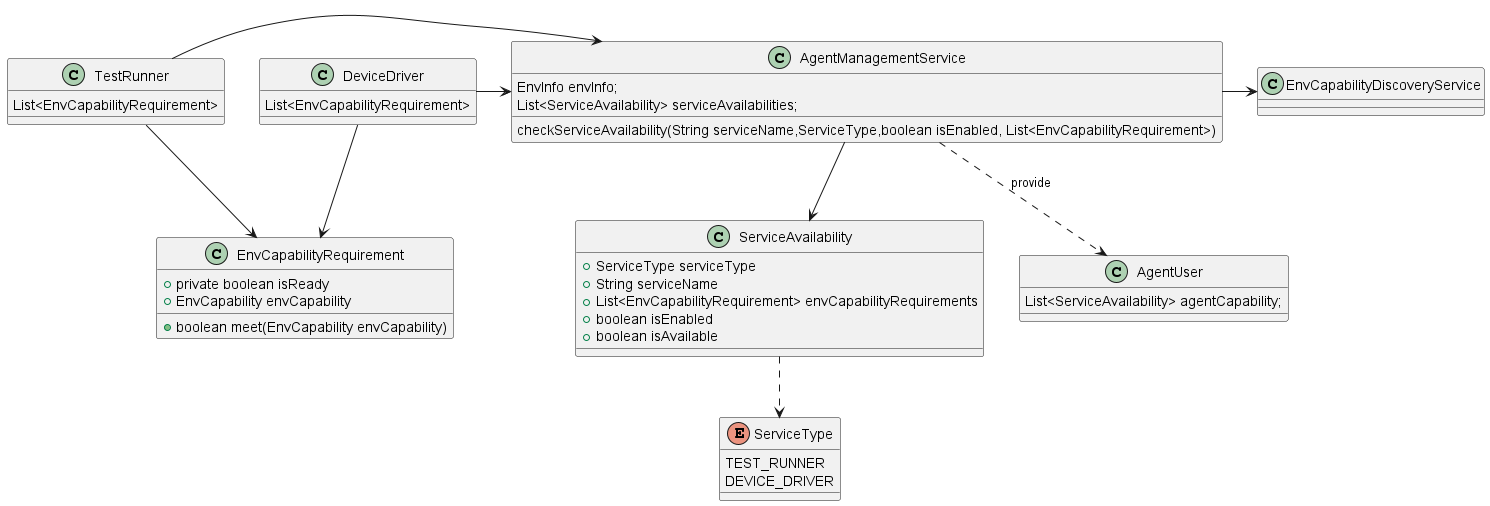
microsoft/HydraLab keeps this PlantUML diagram as docs/images/UML/agent_capability_design.png. Above is the earlier version.
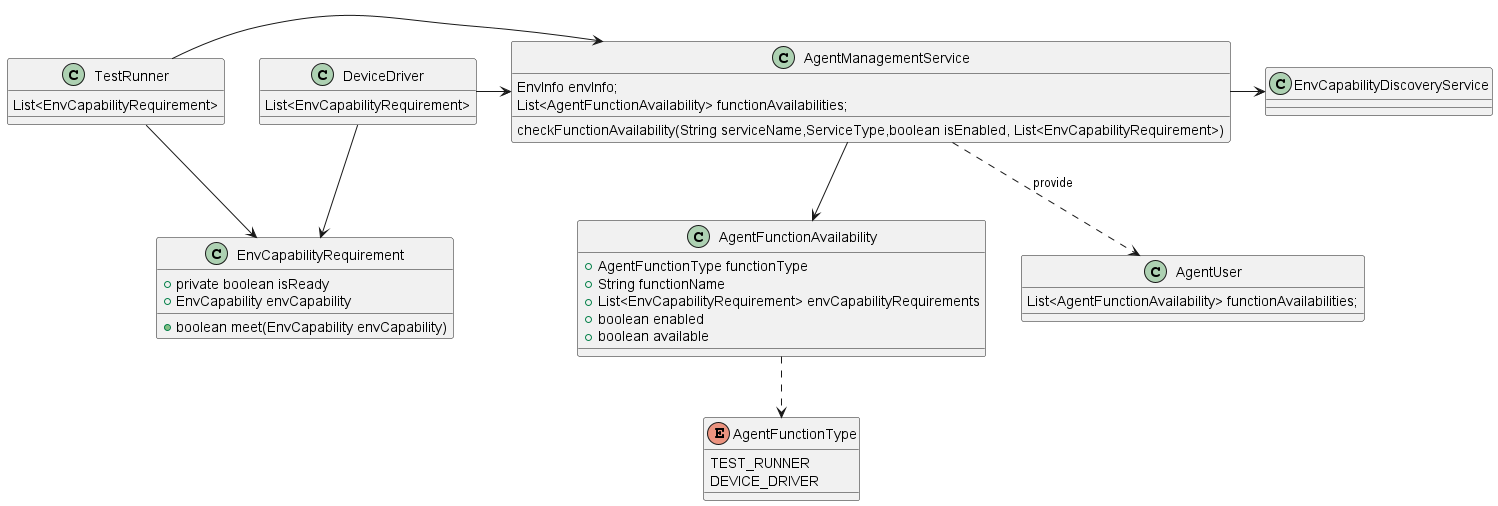
Later version of the same file.

The edit, as a diff of the source:
```diff
@@ -2,8 +2,8 @@
 
 class AgentManagementService {
     EnvInfo envInfo;
-    List<ServiceAvailability> serviceAvailabilities;
-    checkServiceAvailability(String serviceName,ServiceType,boolean isEnabled, List<EnvCapabilityRequirement>)
+    List<AgentFunctionAvailability> functionAvailabilities;
+    checkFunctionAvailability(String serviceName,ServiceType,boolean isEnabled, List<EnvCapabilityRequirement>)
 }
 AgentManagementService -r-> EnvCapabilityDiscoveryService
 class TestRunner{
@@ -23,21 +23,21 @@
     +EnvCapability envCapability
     +boolean meet(EnvCapability envCapability)
 }
-enum ServiceType{
+enum AgentFunctionType{
     TEST_RUNNER
     DEVICE_DRIVER
 }
-class ServiceAvailability{
-    +ServiceType serviceType
-    +String serviceName
+class AgentFunctionAvailability{
+    +AgentFunctionType functionType
+    +String functionName
     +List<EnvCapabilityRequirement> envCapabilityRequirements
-    +boolean isEnabled
-    +boolean isAvailable
+    +boolean enabled
+    +boolean available
 }
-AgentManagementService -->ServiceAvailability
-ServiceAvailability ..> ServiceType
+AgentManagementService -->AgentFunctionAvailability
+AgentFunctionAvailability ..> AgentFunctionType
 class AgentUser{
-    List<ServiceAvailability> agentCapability;
+    List<AgentFunctionAvailability> functionAvailabilities;
 }
 AgentManagementService ..> AgentUser : provide
 @enduml
```
